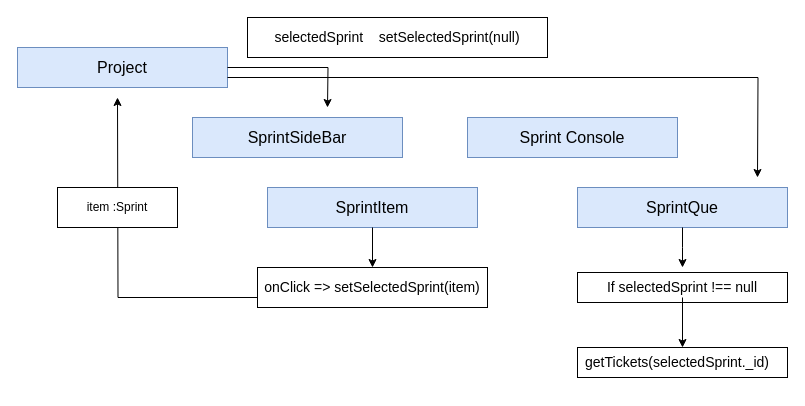
Earlier version of the draw.io diagram diagrams/Sprint_2/Fetch_Tickets_Logic.drawio (gmarcusmartinez/Cioran-Mono). Source tidied: cells renumbered, new cells numbered last; positions are measured from the earlier drawing's top-left corner, leaving out a move shared by most shapes. Both pictures are drawn from the tidied source at 100%, with x=0, y=0 at pixel (17, 17).
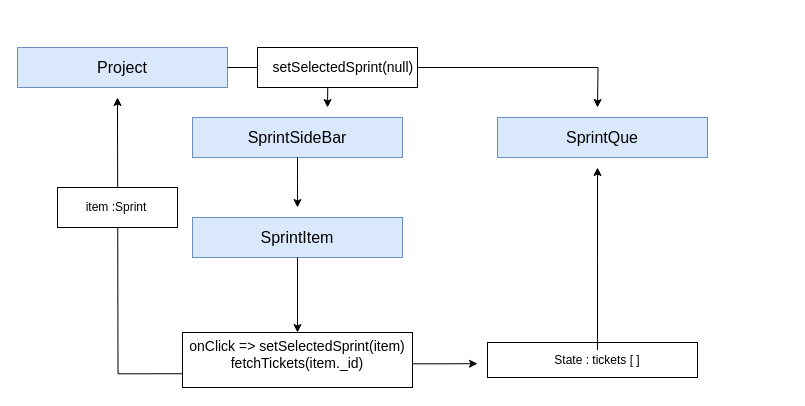
The same page after the edit.

Unchanged cells that the change refers to:
```xml
<mxCell id="3" style="rounded=0;whiteSpace=wrap;html=1;fillColor=#dae8fc;strokeColor=#6c8ebf;" parent="2" vertex="1">
  <mxGeometry width="210" height="40" as="geometry" />
</mxCell>
<mxCell id="9" style="rounded=0;whiteSpace=wrap;html=1;fillColor=#dae8fc;strokeColor=#6c8ebf;" parent="8" vertex="1">
  <mxGeometry width="210" height="40" as="geometry" />
</mxCell>
<mxCell id="12" style="rounded=0;whiteSpace=wrap;html=1;fillColor=#dae8fc;strokeColor=#6c8ebf;" parent="11" vertex="1">
  <mxGeometry width="210" height="40" as="geometry" />
</mxCell>
```

What changed in the source:
```diff
@@
-    <mxCell id="5" style="group;" parent="1" vertex="1">
-      <mxGeometry x="450" y="100" width="210" height="40" as="geometry" />
-    </mxCell>
-    <mxCell id="6" style="rounded=0;whiteSpace=wrap;html=1;fillColor=#dae8fc;strokeColor=#6c8ebf;" parent="5" vertex="1">
-      <mxGeometry width="210" height="40" as="geometry" />
-    </mxCell>
-    <mxCell id="7" value="&lt;font style=&quot;font-size: 16px&quot;&gt;Sprint Console&lt;/font&gt;" style="text;html=1;align=center;verticalAlign=middle;whiteSpace=wrap;rounded=0;" parent="5" vertex="1">
-      <mxGeometry x="10" y="10" width="190" height="20" as="geometry" />
-    </mxCell>
@@
     <mxCell id="11" style="group;" parent="1" vertex="1">
-      <mxGeometry x="560" y="170" width="210" height="40" as="geometry" />
+      <mxGeometry x="480" y="100" width="210" height="40" as="geometry" />
     </mxCell>
@@
     <mxCell id="14" style="group;" parent="1" vertex="1">
-      <mxGeometry x="250" y="170" width="210" height="40" as="geometry" />
+      <mxGeometry x="175" y="200" width="210" height="40" as="geometry" />
     </mxCell>
@@
     <mxCell id="18" style="rounded=0;whiteSpace=wrap;html=1;" parent="1" vertex="1">
-      <mxGeometry x="240" y="250" width="230" height="40" as="geometry" />
+      <mxGeometry x="165" y="315" width="230" height="55" as="geometry" />
     </mxCell>
-    <mxCell id="19" value="&lt;font style=&quot;font-size: 14px&quot;&gt;onClick =&amp;gt; setSelectedSprint(item)&lt;/font&gt;" style="text;html=1;strokeColor=none;fillColor=none;align=center;verticalAlign=middle;whiteSpace=wrap;rounded=0;" parent="18" vertex="1">
-      <mxGeometry y="10" width="230" height="20" as="geometry" />
+    <mxCell id="19" value="&lt;font style=&quot;font-size: 14px&quot;&gt;onClick =&amp;gt; setSelectedSprint(item)&lt;br&gt;fetchTickets(item._id)&lt;br&gt;&lt;br&gt;&lt;/font&gt;" style="text;html=1;strokeColor=none;fillColor=none;align=center;verticalAlign=middle;whiteSpace=wrap;rounded=0;" parent="18" vertex="1">
+      <mxGeometry y="22.5" width="230" height="17.5" as="geometry" />
     </mxCell>
@@
     <mxCell id="22" value="item :Sprint" style="text;html=1;strokeColor=none;fillColor=none;align=center;verticalAlign=middle;whiteSpace=wrap;rounded=0;" parent="1" vertex="1">
-      <mxGeometry x="50" y="180" width="100" height="20" as="geometry" />
+      <mxGeometry x="49" y="180" width="100" height="20" as="geometry" />
     </mxCell>
@@
     <mxCell id="24" style="group;" parent="1" vertex="1">
-      <mxGeometry x="230" width="300" height="40" as="geometry" />
+      <mxGeometry x="240" y="30" width="160" height="40" as="geometry" />
     </mxCell>
     <mxCell id="25" style="rounded=0;whiteSpace=wrap;html=1;" parent="24" vertex="1">
-      <mxGeometry width="300" height="40" as="geometry" />
+      <mxGeometry width="160" height="40" as="geometry" />
     </mxCell>
-    <mxCell id="26" value="&lt;font style=&quot;font-size: 14px&quot;&gt;selectedSprint&amp;nbsp; &amp;nbsp; setSelectedSprint(null)&lt;/font&gt;" style="text;html=1;strokeColor=none;fillColor=none;align=center;verticalAlign=middle;whiteSpace=wrap;rounded=0;" parent="25" vertex="1">
-      <mxGeometry y="10" width="300" height="20" as="geometry" />
+    <mxCell id="26" value="&lt;font style=&quot;font-size: 14px&quot;&gt;&amp;nbsp; &amp;nbsp;setSelectedSprint(null)&lt;/font&gt;" style="text;html=1;strokeColor=none;fillColor=none;align=center;verticalAlign=middle;whiteSpace=wrap;rounded=0;" parent="25" vertex="1">
+      <mxGeometry y="10" width="160" height="20" as="geometry" />
     </mxCell>
-    <mxCell id="27" style="edgeStyle=orthogonalEdgeStyle;rounded=0;jettySize=auto;html=1;exitX=1;exitY=0.75;exitDx=0;exitDy=0;" parent="1" edge="1" source="3">
-      <mxGeometry relative="1" as="geometry">
-        <mxPoint x="740" y="160" as="targetPoint" />
-      </mxGeometry>
-    </mxCell>
-    <mxCell id="28" style="group;" parent="1" vertex="1">
-      <mxGeometry x="560" y="330" width="210" height="30" as="geometry" />
-    </mxCell>
-    <mxCell id="29" style="rounded=0;whiteSpace=wrap;html=1;" parent="28" vertex="1">
-      <mxGeometry width="210" height="30" as="geometry" />
-    </mxCell>
-    <mxCell id="30" value="&lt;span style=&quot;font-size: 14px&quot;&gt;getTickets(selectedSprint._id)&lt;/span&gt;" style="text;html=1;strokeColor=none;fillColor=none;align=center;verticalAlign=middle;whiteSpace=wrap;rounded=0;" parent="28" vertex="1">
-      <mxGeometry y="5" width="200" height="20" as="geometry" />
-    </mxCell>
-    <mxCell id="31" style="group;" parent="1" vertex="1">
-      <mxGeometry x="560" y="255" width="210" height="30" as="geometry" />
-    </mxCell>
-    <mxCell id="32" style="rounded=0;whiteSpace=wrap;html=1;" parent="31" vertex="1">
-      <mxGeometry width="210" height="30" as="geometry" />
-    </mxCell>
-    <mxCell id="33" value="&lt;font style=&quot;font-size: 14px&quot;&gt;If selectedSprint !== null&lt;/font&gt;" style="text;html=1;strokeColor=none;fillColor=none;align=center;verticalAlign=middle;whiteSpace=wrap;rounded=0;" parent="31" vertex="1">
-      <mxGeometry x="5" y="5" width="200" height="20" as="geometry" />
-    </mxCell>
-    <mxCell id="34" style="edgeStyle=orthogonalEdgeStyle;rounded=0;jettySize=auto;html=1;" parent="1" edge="1" source="12">
-      <mxGeometry relative="1" as="geometry">
-        <mxPoint x="665" y="250" as="targetPoint" />
-      </mxGeometry>
-    </mxCell>
-    <mxCell id="35" style="edgeStyle=orthogonalEdgeStyle;rounded=0;jettySize=auto;html=1;entryX=0.5;entryY=0;entryDx=0;entryDy=0;" parent="1" edge="1" source="33" target="29">
-      <mxGeometry relative="1" as="geometry" />
-    </mxCell>
+    <mxCell id="36" style="edgeStyle=orthogonalEdgeStyle;rounded=0;jettySize=auto;html=1;exitX=0.5;exitY=1;exitDx=0;exitDy=0;" parent="1" edge="1" source="9">
+      <mxGeometry relative="1" as="geometry">
+        <mxPoint x="280" y="190" as="targetPoint" />
+      </mxGeometry>
+    </mxCell>
+    <mxCell id="37" style="group;" parent="1" vertex="1">
+      <mxGeometry x="470" y="325" width="210" height="35" as="geometry" />
+    </mxCell>
+    <mxCell id="38" style="rounded=0;whiteSpace=wrap;html=1;" parent="37" vertex="1">
+      <mxGeometry width="210" height="35" as="geometry" />
+    </mxCell>
+    <mxCell id="39" value="State : tickets [ ]" style="text;html=1;strokeColor=none;fillColor=none;align=center;verticalAlign=middle;whiteSpace=wrap;rounded=0;" parent="37" vertex="1">
+      <mxGeometry x="10" y="7.5" width="200" height="20" as="geometry" />
+    </mxCell>
+    <mxCell id="40" style="edgeStyle=orthogonalEdgeStyle;rounded=0;jettySize=auto;html=1;" parent="1" edge="1" source="19">
+      <mxGeometry relative="1" as="geometry">
+        <mxPoint x="460" y="346.2" as="targetPoint" />
+      </mxGeometry>
+    </mxCell>
+    <mxCell id="41" style="edgeStyle=orthogonalEdgeStyle;rounded=0;jettySize=auto;html=1;" parent="1" edge="1" source="39">
+      <mxGeometry relative="1" as="geometry">
+        <mxPoint x="580" y="150" as="targetPoint" />
+      </mxGeometry>
+    </mxCell>
+    <mxCell id="42" style="edgeStyle=orthogonalEdgeStyle;rounded=0;jettySize=auto;html=1;" parent="1" edge="1" source="26">
+      <mxGeometry relative="1" as="geometry">
+        <mxPoint x="580" y="90" as="targetPoint" />
+      </mxGeometry>
+    </mxCell>
```
